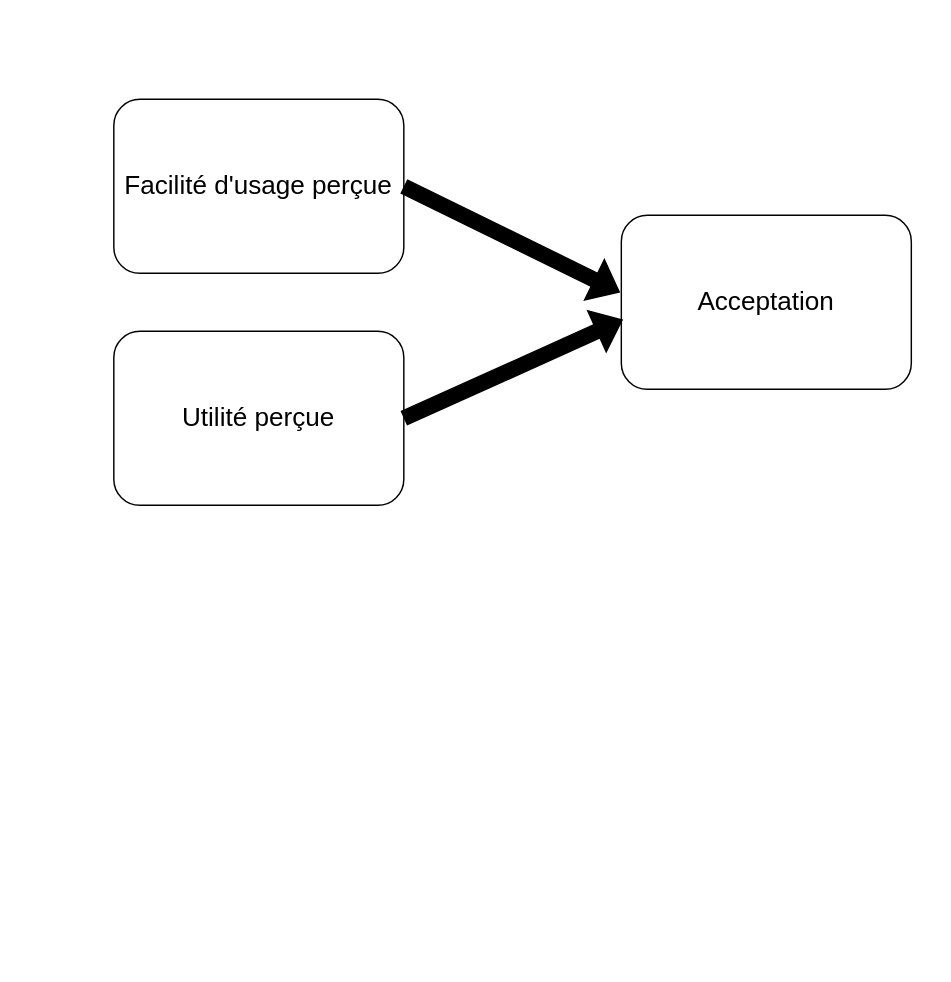
Above: page "Méthode TAM Adaptée" (3 of 4) of Relation individu-données-technologies.drawio in Fabrice-64/Drawings (draw.io), before the change. Source tidied: cells renumbered, new cells numbered last; positions are measured from the earlier drawing's top-left corner, leaving out a move shared by most shapes. Both pictures are drawn from the tidied source at 145%, with x=0, y=0 at pixel (113, 99).
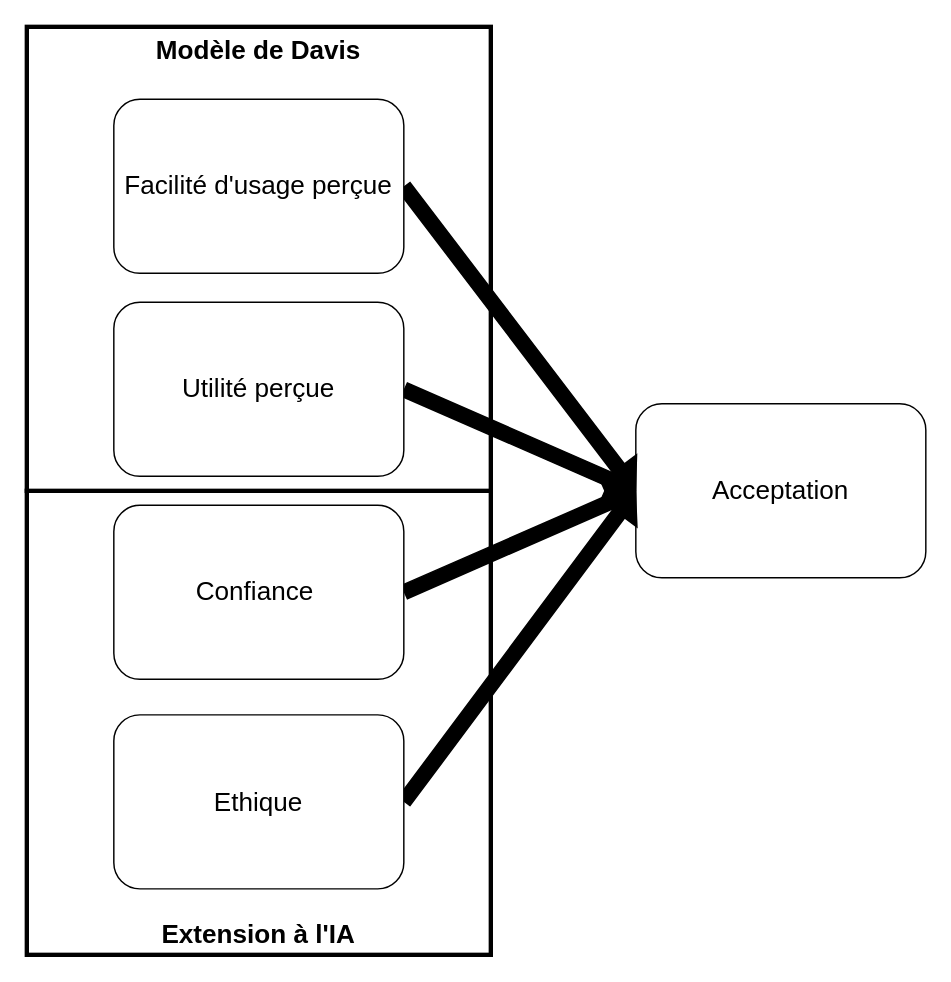
Above is the later version.

Commit message:
Mettre à jour Relation Extension modèle de Davis

Change to the diagram source:
```diff
@@
 <mxGraphModel>
   <root>
     <mxCell id="0" />
     <mxCell id="1" parent="0" />
-    <mxCell id="2" value="Facilité d'usage perçue" style="rounded=1;whiteSpace=wrap;html=1;fontSize=18;" parent="1" vertex="1">
-      <mxGeometry width="200" height="120" as="geometry" />
-    </mxCell>
-    <mxCell id="3" value="Utilité perçue" style="rounded=1;whiteSpace=wrap;html=1;fontSize=18;" parent="1" vertex="1">
-      <mxGeometry y="160" width="200" height="120" as="geometry" />
-    </mxCell>
+    <mxCell id="7" value="&lt;font style=&quot;font-size: 18px;&quot;&gt;&lt;b&gt;Extension à l'IA&lt;/b&gt;&lt;/font&gt;" style="rounded=0;whiteSpace=wrap;html=1;verticalAlign=bottom;strokeWidth=3;" parent="1" vertex="1">
+      <mxGeometry x="-60" y="270" width="320" height="320" as="geometry" />
+    </mxCell>
+    <mxCell id="8" value="&lt;font style=&quot;font-size: 18px;&quot;&gt;&lt;b&gt;Modèle de Davis&lt;/b&gt;&lt;/font&gt;" style="rounded=0;whiteSpace=wrap;html=1;verticalAlign=top;strokeWidth=3;" parent="1" vertex="1">
+      <mxGeometry x="-60" y="-50" width="320" height="320" as="geometry" />
+    </mxCell>
     <mxCell id="4" value="Acceptation" style="rounded=1;whiteSpace=wrap;html=1;fontSize=18;" parent="1" vertex="1">
-      <mxGeometry x="350" y="80" width="200" height="120" as="geometry" />
+      <mxGeometry x="360" y="210" width="200" height="120" as="geometry" />
     </mxCell>
-    <mxCell id="5" style="shape=flexArrow;endArrow=classic;html=1;rounded=0;exitX=1;exitY=0.5;exitDx=0;exitDy=0;entryX=-0.005;entryY=0.442;entryDx=0;entryDy=0;entryPerimeter=0;strokeColor=#000000;fillColor=#000000;" parent="1" edge="1" source="2" target="4">
+    <mxCell id="5" style="shape=flexArrow;endArrow=classic;html=1;rounded=0;exitX=1;exitY=0.5;exitDx=0;exitDy=0;strokeColor=#000000;fillColor=#000000;entryX=0;entryY=0.5;entryDx=0;entryDy=0;" parent="1" edge="1" source="2" target="4">
       <mxGeometry relative="1" as="geometry" />
     </mxCell>
-    <mxCell id="6" style="shape=flexArrow;endArrow=classic;html=1;rounded=0;entryX=0.005;entryY=0.6;entryDx=0;entryDy=0;entryPerimeter=0;exitX=1;exitY=0.5;exitDx=0;exitDy=0;fillColor=#000000;" parent="1" edge="1" source="3" target="4">
+    <mxCell id="6" style="shape=flexArrow;endArrow=classic;html=1;rounded=0;entryX=0;entryY=0.5;entryDx=0;entryDy=0;exitX=1;exitY=0.5;exitDx=0;exitDy=0;fillColor=#000000;" parent="1" edge="1" source="3" target="4">
       <mxGeometry relative="1" as="geometry" />
     </mxCell>
+    <mxCell id="9" style="shape=flexArrow;endArrow=classic;html=1;rounded=0;entryX=0;entryY=0.5;entryDx=0;entryDy=0;exitX=1;exitY=0.5;exitDx=0;exitDy=0;fillColor=#000000;" parent="1" edge="1" source="12" target="4">
+      <mxGeometry relative="1" as="geometry" />
+    </mxCell>
+    <mxCell id="10" style="shape=flexArrow;endArrow=classic;html=1;rounded=0;entryX=0;entryY=0.5;entryDx=0;entryDy=0;exitX=1;exitY=0.5;exitDx=0;exitDy=0;fillColor=#000000;" parent="1" edge="1" source="11" target="4">
+      <mxGeometry relative="1" as="geometry" />
+    </mxCell>
+    <mxCell id="11" value="Ethique" style="rounded=1;whiteSpace=wrap;html=1;fontSize=18;" parent="1" vertex="1">
+      <mxGeometry y="424.5" width="200" height="120" as="geometry" />
+    </mxCell>
+    <mxCell id="12" value="Confiance&amp;nbsp;" style="rounded=1;whiteSpace=wrap;html=1;fontSize=18;" parent="1" vertex="1">
+      <mxGeometry y="280" width="200" height="120" as="geometry" />
+    </mxCell>
+    <mxCell id="3" value="Utilité perçue" style="rounded=1;whiteSpace=wrap;html=1;fontSize=18;" parent="1" vertex="1">
+      <mxGeometry y="140" width="200" height="120" as="geometry" />
+    </mxCell>
+    <mxCell id="2" value="Facilité d'usage perçue" style="rounded=1;whiteSpace=wrap;html=1;fontSize=18;" parent="1" vertex="1">
+      <mxGeometry width="200" height="120" as="geometry" />
+    </mxCell>
   </root>
 </mxGraphModel>
```
